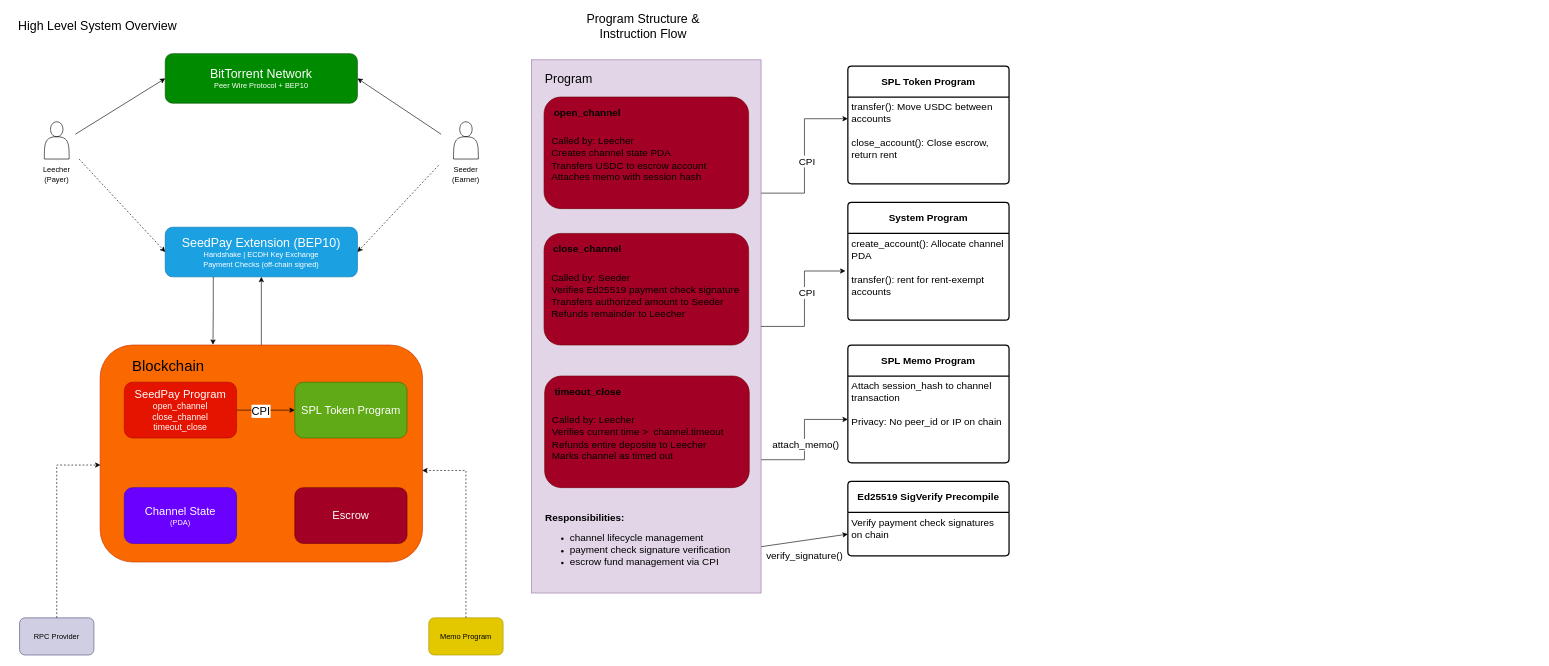
Earlier version of the draw.io diagram docs/seedpay.drawio (seedpay-protocol/seedpay-solana). Source tidied: cells renumbered, new cells numbered last; positions are measured from the earlier drawing's top-left corner, leaving out a move shared by most shapes. Both pictures are drawn from the tidied source at 62%, with x=0, y=0 at pixel (11, 16).
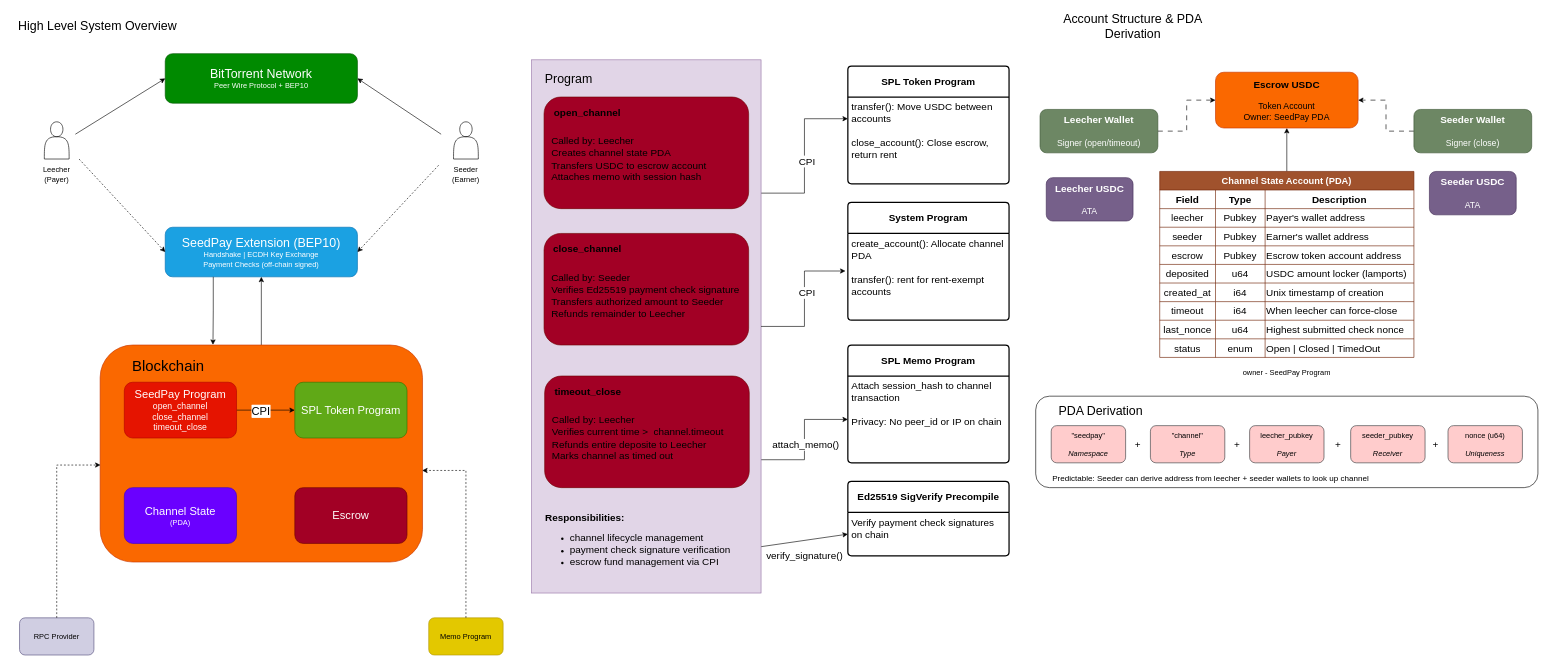
After the change.

Commit message (it also covers changes not shown here):
added account structure and pda

What changed in the source:
```diff
@@
+    <mxCell id="58" style="rounded=1;whiteSpace=wrap;html=1;" parent="1" vertex="1">
+      <mxGeometry x="1653" y="612.5" width="810" height="147.5" as="geometry" />
+    </mxCell>
@@
-    <mxCell id="27" value="&lt;font style=&quot;font-size: 20px;&quot;&gt;Program Structure &amp;amp; Instruction Flow&lt;/font&gt;" style="text;html=1;whiteSpace=wrap;strokeColor=none;fillColor=none;align=center;verticalAlign=middle;rounded=0;" parent="1" vertex="1">
-      <mxGeometry x="880" width="280" height="30" as="geometry" />
+    <mxCell id="27" value="&lt;font style=&quot;font-size: 20px;&quot;&gt;Account Structure &amp;amp; PDA Derivation&lt;/font&gt;" style="text;html=1;whiteSpace=wrap;strokeColor=none;fillColor=none;align=center;verticalAlign=middle;rounded=0;" parent="1" vertex="1">
+      <mxGeometry x="1670" width="280" height="30" as="geometry" />
     </mxCell>
@@
+    <mxCell id="59" style="edgeStyle=orthogonalEdgeStyle;rounded=0;jettySize=auto;html=1;exitX=0.5;exitY=0;exitDx=0;exitDy=0;entryX=0.5;entryY=1;entryDx=0;entryDy=0;" parent="1" edge="1" source="60" target="98">
+      <mxGeometry relative="1" as="geometry" />
+    </mxCell>
+    <mxCell id="60" value="Channel State Account (PDA)" style="shape=table;startSize=30;childLayout=tableLayout;strokeColor=#6D1F00;fontSize=15;fontStyle=1;fillColor=#a0522d;fontColor=#ffffff;" parent="1" vertex="1">
+      <mxGeometry x="1853" y="250" width="410" height="300" as="geometry" />
+    </mxCell>
+    <mxCell id="61" style="shape=tableRow;horizontal=0;startSize=0;swimlaneHead=0;swimlaneBody=0;strokeColor=inherit;top=0;left=0;bottom=0;right=0;fillColor=none;fontSize=16;" parent="60" vertex="1">
+      <mxGeometry y="30" width="410" height="30" as="geometry" />
+    </mxCell>
+    <mxCell id="62" value="&lt;b&gt;Field&lt;/b&gt;" style="shape=partialRectangle;html=1;whiteSpace=wrap;strokeColor=inherit;overflow=hidden;fillColor=none;top=0;left=0;bottom=0;right=0;fontSize=16;" parent="61" vertex="1">
+      <mxGeometry width="90" height="30" as="geometry" />
+    </mxCell>
+    <mxCell id="63" value="&lt;b&gt;Type&lt;/b&gt;" style="shape=partialRectangle;html=1;whiteSpace=wrap;strokeColor=inherit;overflow=hidden;fillColor=none;top=0;left=0;bottom=0;right=0;fontSize=16;" parent="61" vertex="1">
+      <mxGeometry x="90" width="80" height="30" as="geometry" />
+    </mxCell>
+    <mxCell id="64" value="&lt;b&gt;Description&lt;/b&gt;" style="shape=partialRectangle;html=1;whiteSpace=wrap;strokeColor=inherit;overflow=hidden;fillColor=none;top=0;left=0;bottom=0;right=0;fontSize=16;" parent="61" vertex="1">
+      <mxGeometry x="170" width="240" height="30" as="geometry" />
+    </mxCell>
+    <mxCell id="65" style="shape=tableRow;horizontal=0;startSize=0;swimlaneHead=0;swimlaneBody=0;strokeColor=inherit;top=0;left=0;bottom=0;right=0;fillColor=none;fontSize=16;" parent="60" vertex="1">
+      <mxGeometry y="60" width="410" height="30" as="geometry" />
+    </mxCell>
+    <mxCell id="66" value="leecher" style="shape=partialRectangle;html=1;whiteSpace=wrap;strokeColor=inherit;overflow=hidden;fillColor=none;top=0;left=0;bottom=0;right=0;fontSize=16;" parent="65" vertex="1">
+      <mxGeometry width="90" height="30" as="geometry" />
+    </mxCell>
+    <mxCell id="67" value="Pubkey" style="shape=partialRectangle;html=1;whiteSpace=wrap;strokeColor=inherit;overflow=hidden;fillColor=none;top=0;left=0;bottom=0;right=0;fontSize=16;" parent="65" vertex="1">
+      <mxGeometry x="90" width="80" height="30" as="geometry" />
+    </mxCell>
+    <mxCell id="68" value="Payer's wallet address" style="shape=partialRectangle;html=1;whiteSpace=wrap;strokeColor=inherit;overflow=hidden;fillColor=none;top=0;left=0;bottom=0;right=0;fontSize=16;align=left;" parent="65" vertex="1">
+      <mxGeometry x="170" width="240" height="30" as="geometry" />
+    </mxCell>
+    <mxCell id="69" style="shape=tableRow;horizontal=0;startSize=0;swimlaneHead=0;swimlaneBody=0;strokeColor=inherit;top=0;left=0;bottom=0;right=0;fillColor=none;fontSize=16;" parent="60" vertex="1">
+      <mxGeometry y="90" width="410" height="30" as="geometry" />
+    </mxCell>
+    <mxCell id="70" value="seeder" style="shape=partialRectangle;html=1;whiteSpace=wrap;strokeColor=inherit;overflow=hidden;fillColor=none;top=0;left=0;bottom=0;right=0;fontSize=16;" parent="69" vertex="1">
+      <mxGeometry width="90" height="30" as="geometry" />
+    </mxCell>
+    <mxCell id="71" value="Pubkey" style="shape=partialRectangle;html=1;whiteSpace=wrap;strokeColor=inherit;overflow=hidden;fillColor=none;top=0;left=0;bottom=0;right=0;fontSize=16;" parent="69" vertex="1">
+      <mxGeometry x="90" width="80" height="30" as="geometry" />
+    </mxCell>
+    <mxCell id="72" value="Earner's wallet address" style="shape=partialRectangle;html=1;whiteSpace=wrap;strokeColor=inherit;overflow=hidden;fillColor=none;top=0;left=0;bottom=0;right=0;fontSize=16;align=left;" parent="69" vertex="1">
+      <mxGeometry x="170" width="240" height="30" as="geometry" />
+    </mxCell>
+    <mxCell id="73" style="shape=tableRow;horizontal=0;startSize=0;swimlaneHead=0;swimlaneBody=0;strokeColor=inherit;top=0;left=0;bottom=0;right=0;fillColor=none;fontSize=16;" parent="60" vertex="1">
+      <mxGeometry y="120" width="410" height="30" as="geometry" />
+    </mxCell>
+    <mxCell id="74" value="escrow" style="shape=partialRectangle;html=1;whiteSpace=wrap;strokeColor=inherit;overflow=hidden;fillColor=none;top=0;left=0;bottom=0;right=0;fontSize=16;" parent="73" vertex="1">
+      <mxGeometry width="90" height="30" as="geometry" />
+    </mxCell>
+    <mxCell id="75" value="Pubkey" style="shape=partialRectangle;html=1;whiteSpace=wrap;strokeColor=inherit;overflow=hidden;fillColor=none;top=0;left=0;bottom=0;right=0;fontSize=16;" parent="73" vertex="1">
+      <mxGeometry x="90" width="80" height="30" as="geometry" />
+    </mxCell>
+    <mxCell id="76" value="Escrow token account address" style="shape=partialRectangle;html=1;whiteSpace=wrap;strokeColor=inherit;overflow=hidden;fillColor=none;top=0;left=0;bottom=0;right=0;fontSize=16;align=left;" parent="73" vertex="1">
+      <mxGeometry x="170" width="240" height="30" as="geometry" />
+    </mxCell>
+    <mxCell id="77" style="shape=tableRow;horizontal=0;startSize=0;swimlaneHead=0;swimlaneBody=0;strokeColor=inherit;top=0;left=0;bottom=0;right=0;fillColor=none;fontSize=16;" parent="60" vertex="1">
+      <mxGeometry y="150" width="410" height="30" as="geometry" />
+    </mxCell>
+    <mxCell id="78" value="deposited" style="shape=partialRectangle;html=1;whiteSpace=wrap;strokeColor=inherit;overflow=hidden;fillColor=none;top=0;left=0;bottom=0;right=0;fontSize=16;" parent="77" vertex="1">
+      <mxGeometry width="90" height="30" as="geometry" />
+    </mxCell>
+    <mxCell id="79" value="u64" style="shape=partialRectangle;html=1;whiteSpace=wrap;strokeColor=inherit;overflow=hidden;fillColor=none;top=0;left=0;bottom=0;right=0;fontSize=16;" parent="77" vertex="1">
+      <mxGeometry x="90" width="80" height="30" as="geometry" />
+    </mxCell>
+    <mxCell id="80" value="USDC amount locker (lamports)" style="shape=partialRectangle;html=1;whiteSpace=wrap;strokeColor=inherit;overflow=hidden;fillColor=none;top=0;left=0;bottom=0;right=0;fontSize=16;align=left;" parent="77" vertex="1">
+      <mxGeometry x="170" width="240" height="30" as="geometry" />
+    </mxCell>
+    <mxCell id="81" style="shape=tableRow;horizontal=0;startSize=0;swimlaneHead=0;swimlaneBody=0;strokeColor=inherit;top=0;left=0;bottom=0;right=0;fillColor=none;fontSize=16;" parent="60" vertex="1">
+      <mxGeometry y="180" width="410" height="30" as="geometry" />
+    </mxCell>
+    <mxCell id="82" value="created_at" style="shape=partialRectangle;html=1;whiteSpace=wrap;strokeColor=inherit;overflow=hidden;fillColor=none;top=0;left=0;bottom=0;right=0;fontSize=16;" parent="81" vertex="1">
+      <mxGeometry width="90" height="30" as="geometry" />
+    </mxCell>
+    <mxCell id="83" value="i64" style="shape=partialRectangle;html=1;whiteSpace=wrap;strokeColor=inherit;overflow=hidden;fillColor=none;top=0;left=0;bottom=0;right=0;fontSize=16;" parent="81" vertex="1">
+      <mxGeometry x="90" width="80" height="30" as="geometry" />
+    </mxCell>
+    <mxCell id="84" value="Unix timestamp of creation" style="shape=partialRectangle;html=1;whiteSpace=wrap;strokeColor=inherit;overflow=hidden;fillColor=none;top=0;left=0;bottom=0;right=0;fontSize=16;align=left;" parent="81" vertex="1">
+      <mxGeometry x="170" width="240" height="30" as="geometry" />
+    </mxCell>
+    <mxCell id="85" style="shape=tableRow;horizontal=0;startSize=0;swimlaneHead=0;swimlaneBody=0;strokeColor=inherit;top=0;left=0;bottom=0;right=0;fillColor=none;fontSize=16;" parent="60" vertex="1">
+      <mxGeometry y="210" width="410" height="30" as="geometry" />
+    </mxCell>
+    <mxCell id="86" value="timeout" style="shape=partialRectangle;html=1;whiteSpace=wrap;strokeColor=inherit;overflow=hidden;fillColor=none;top=0;left=0;bottom=0;right=0;fontSize=16;" parent="85" vertex="1">
+      <mxGeometry width="90" height="30" as="geometry" />
+    </mxCell>
+    <mxCell id="87" value="i64" style="shape=partialRectangle;html=1;whiteSpace=wrap;strokeColor=inherit;overflow=hidden;fillColor=none;top=0;left=0;bottom=0;right=0;fontSize=16;" parent="85" vertex="1">
+      <mxGeometry x="90" width="80" height="30" as="geometry" />
+    </mxCell>
+    <mxCell id="88" value="When leecher can force-close" style="shape=partialRectangle;html=1;whiteSpace=wrap;strokeColor=inherit;overflow=hidden;fillColor=none;top=0;left=0;bottom=0;right=0;fontSize=16;align=left;" parent="85" vertex="1">
+      <mxGeometry x="170" width="240" height="30" as="geometry" />
+    </mxCell>
+    <mxCell id="89" style="shape=tableRow;horizontal=0;startSize=0;swimlaneHead=0;swimlaneBody=0;strokeColor=inherit;top=0;left=0;bottom=0;right=0;fillColor=none;fontSize=16;" parent="60" vertex="1">
+      <mxGeometry y="240" width="410" height="30" as="geometry" />
+    </mxCell>
+    <mxCell id="90" value="last_nonce" style="shape=partialRectangle;html=1;whiteSpace=wrap;strokeColor=inherit;overflow=hidden;fillColor=none;top=0;left=0;bottom=0;right=0;fontSize=16;" parent="89" vertex="1">
+      <mxGeometry width="90" height="30" as="geometry" />
+    </mxCell>
+    <mxCell id="91" value="u64" style="shape=partialRectangle;html=1;whiteSpace=wrap;strokeColor=inherit;overflow=hidden;fillColor=none;top=0;left=0;bottom=0;right=0;fontSize=16;" parent="89" vertex="1">
+      <mxGeometry x="90" width="80" height="30" as="geometry" />
+    </mxCell>
+    <mxCell id="92" value="Highest submitted check nonce" style="shape=partialRectangle;html=1;whiteSpace=wrap;strokeColor=inherit;overflow=hidden;fillColor=none;top=0;left=0;bottom=0;right=0;fontSize=16;align=left;" parent="89" vertex="1">
+      <mxGeometry x="170" width="240" height="30" as="geometry" />
+    </mxCell>
+    <mxCell id="93" style="shape=tableRow;horizontal=0;startSize=0;swimlaneHead=0;swimlaneBody=0;strokeColor=inherit;top=0;left=0;bottom=0;right=0;fillColor=none;fontSize=16;" parent="60" vertex="1">
+      <mxGeometry y="270" width="410" height="30" as="geometry" />
+    </mxCell>
+    <mxCell id="94" value="status" style="shape=partialRectangle;html=1;whiteSpace=wrap;strokeColor=inherit;overflow=hidden;fillColor=none;top=0;left=0;bottom=0;right=0;fontSize=16;" parent="93" vertex="1">
+      <mxGeometry width="90" height="30" as="geometry" />
+    </mxCell>
+    <mxCell id="95" value="enum" style="shape=partialRectangle;html=1;whiteSpace=wrap;strokeColor=inherit;overflow=hidden;fillColor=none;top=0;left=0;bottom=0;right=0;fontSize=16;" parent="93" vertex="1">
+      <mxGeometry x="90" width="80" height="30" as="geometry" />
+    </mxCell>
+    <mxCell id="96" value="Open | Closed | TimedOut" style="shape=partialRectangle;html=1;whiteSpace=wrap;strokeColor=inherit;overflow=hidden;fillColor=none;top=0;left=0;bottom=0;right=0;fontSize=16;align=left;" parent="93" vertex="1">
+      <mxGeometry x="170" width="240" height="30" as="geometry" />
+    </mxCell>
+    <mxCell id="97" value="owner - SeedPay Program" style="text;html=1;whiteSpace=wrap;strokeColor=none;fillColor=none;align=center;verticalAlign=middle;rounded=0;" parent="1" vertex="1">
+      <mxGeometry x="1963" y="560" width="190" height="30" as="geometry" />
+    </mxCell>
+    <mxCell id="98" value="&lt;font style=&quot;font-size: 16px;&quot;&gt;&lt;b&gt;Escrow USDC&lt;/b&gt;&lt;/font&gt;&lt;div&gt;&lt;font style=&quot;font-size: 14px;&quot;&gt;&lt;br&gt;&lt;/font&gt;&lt;/div&gt;&lt;div&gt;&lt;font style=&quot;font-size: 14px;&quot;&gt;Token Account&lt;/font&gt;&lt;/div&gt;&lt;div&gt;&lt;font style=&quot;font-size: 14px;&quot;&gt;Owner: SeedPay PDA&lt;/font&gt;&lt;/div&gt;" style="rounded=1;whiteSpace=wrap;html=1;fillColor=#fa6800;fontColor=#000000;strokeColor=#C73500;" parent="1" vertex="1">
+      <mxGeometry x="1943" y="90" width="230" height="90" as="geometry" />
+    </mxCell>
+    <mxCell id="99" style="edgeStyle=orthogonalEdgeStyle;rounded=0;jettySize=auto;html=1;exitX=1;exitY=0.5;exitDx=0;exitDy=0;entryX=0;entryY=0.5;entryDx=0;entryDy=0;dashed=1;dashPattern=8 8;" parent="1" edge="1" source="100" target="98">
+      <mxGeometry relative="1" as="geometry" />
+    </mxCell>
+    <mxCell id="100" value="&lt;span style=&quot;font-size: 16px;&quot;&gt;&lt;b&gt;Leecher Wallet&lt;/b&gt;&lt;/span&gt;&lt;div&gt;&lt;span style=&quot;font-size: 16px;&quot;&gt;&lt;br&gt;&lt;/span&gt;&lt;/div&gt;&lt;div&gt;&lt;font style=&quot;font-size: 14px;&quot;&gt;Signer (open/timeout)&lt;/font&gt;&lt;/div&gt;" style="rounded=1;whiteSpace=wrap;html=1;fillColor=#6d8764;fontColor=#ffffff;strokeColor=#3A5431;" parent="1" vertex="1">
+      <mxGeometry x="1660" y="150" width="190" height="70" as="geometry" />
+    </mxCell>
+    <mxCell id="101" style="edgeStyle=orthogonalEdgeStyle;rounded=0;jettySize=auto;html=1;exitX=0;exitY=0.5;exitDx=0;exitDy=0;entryX=1;entryY=0.5;entryDx=0;entryDy=0;dashed=1;dashPattern=8 8;" parent="1" edge="1" source="102" target="98">
+      <mxGeometry relative="1" as="geometry" />
+    </mxCell>
+    <mxCell id="102" value="&lt;span style=&quot;font-size: 16px;&quot;&gt;&lt;b&gt;Seeder Wallet&lt;/b&gt;&lt;/span&gt;&lt;div&gt;&lt;span style=&quot;font-size: 16px;&quot;&gt;&lt;br&gt;&lt;/span&gt;&lt;/div&gt;&lt;div&gt;&lt;font style=&quot;font-size: 14px;&quot;&gt;Signer (close)&lt;/font&gt;&lt;/div&gt;" style="rounded=1;whiteSpace=wrap;html=1;fillColor=#6d8764;fontColor=#ffffff;strokeColor=#3A5431;" parent="1" vertex="1">
+      <mxGeometry x="2263" y="150" width="190" height="70" as="geometry" />
+    </mxCell>
+    <mxCell id="103" value="&lt;span style=&quot;font-size: 16px;&quot;&gt;&lt;b&gt;Leecher USDC&lt;/b&gt;&lt;/span&gt;&lt;div&gt;&lt;span style=&quot;font-size: 16px;&quot;&gt;&lt;br&gt;&lt;/span&gt;&lt;/div&gt;&lt;div&gt;&lt;font style=&quot;font-size: 14px;&quot;&gt;ATA&lt;/font&gt;&lt;/div&gt;" style="rounded=1;whiteSpace=wrap;html=1;fillColor=#76608a;fontColor=#ffffff;strokeColor=#432D57;" parent="1" vertex="1">
+      <mxGeometry x="1670" y="260" width="140" height="70" as="geometry" />
+    </mxCell>
+    <mxCell id="104" value="&lt;span style=&quot;font-size: 16px;&quot;&gt;&lt;b&gt;Seeder USDC&lt;/b&gt;&lt;/span&gt;&lt;div&gt;&lt;span style=&quot;font-size: 16px;&quot;&gt;&lt;br&gt;&lt;/span&gt;&lt;/div&gt;&lt;div&gt;&lt;font style=&quot;font-size: 14px;&quot;&gt;ATA&lt;/font&gt;&lt;/div&gt;" style="rounded=1;whiteSpace=wrap;html=1;fillColor=#76608a;fontColor=#ffffff;strokeColor=#432D57;" parent="1" vertex="1">
+      <mxGeometry x="2288" y="250" width="140" height="70" as="geometry" />
+    </mxCell>
+    <mxCell id="105" value="&quot;seedpay&quot;&lt;div&gt;&lt;br&gt;&lt;/div&gt;&lt;div&gt;&lt;i&gt;Namespace&lt;/i&gt;&lt;/div&gt;" style="rounded=1;whiteSpace=wrap;html=1;fillColor=#ffcccc;strokeColor=#36393d;" parent="1" vertex="1">
+      <mxGeometry x="1678" y="660" width="120" height="60" as="geometry" />
+    </mxCell>
+    <mxCell id="106" value="&quot;channel&quot;&lt;div&gt;&lt;br&gt;&lt;/div&gt;&lt;div&gt;&lt;i&gt;Type&lt;/i&gt;&lt;/div&gt;" style="rounded=1;whiteSpace=wrap;html=1;fillColor=#ffcccc;strokeColor=#36393d;" parent="1" vertex="1">
+      <mxGeometry x="1838" y="660" width="120" height="60" as="geometry" />
+    </mxCell>
+    <mxCell id="107" value="&lt;font style=&quot;font-size: 16px;&quot;&gt;+&lt;/font&gt;" style="text;html=1;whiteSpace=wrap;strokeColor=none;fillColor=none;align=center;verticalAlign=middle;rounded=0;" parent="1" vertex="1">
+      <mxGeometry x="1788" y="675" width="60" height="30" as="geometry" />
+    </mxCell>
+    <mxCell id="108" value="leecher_pubkey&lt;br&gt;&lt;div&gt;&lt;br&gt;&lt;/div&gt;&lt;div&gt;&lt;i&gt;Payer&lt;/i&gt;&lt;/div&gt;" style="rounded=1;whiteSpace=wrap;html=1;fillColor=#ffcccc;strokeColor=#36393d;" parent="1" vertex="1">
+      <mxGeometry x="1998" y="660" width="120" height="60" as="geometry" />
+    </mxCell>
+    <mxCell id="109" value="&lt;font style=&quot;font-size: 16px;&quot;&gt;+&lt;/font&gt;" style="text;html=1;whiteSpace=wrap;strokeColor=none;fillColor=none;align=center;verticalAlign=middle;rounded=0;" parent="1" vertex="1">
+      <mxGeometry x="1948" y="675" width="60" height="30" as="geometry" />
+    </mxCell>
+    <mxCell id="110" value="seeder_pubkey&lt;br&gt;&lt;div&gt;&lt;br&gt;&lt;/div&gt;&lt;div&gt;&lt;i&gt;Receiver&lt;/i&gt;&lt;/div&gt;" style="rounded=1;whiteSpace=wrap;html=1;fillColor=#ffcccc;strokeColor=#36393d;" parent="1" vertex="1">
+      <mxGeometry x="2161" y="660" width="120" height="60" as="geometry" />
+    </mxCell>
+    <mxCell id="111" value="&lt;font style=&quot;font-size: 16px;&quot;&gt;+&lt;/font&gt;" style="text;html=1;whiteSpace=wrap;strokeColor=none;fillColor=none;align=center;verticalAlign=middle;rounded=0;" parent="1" vertex="1">
+      <mxGeometry x="2111" y="675" width="60" height="30" as="geometry" />
+    </mxCell>
+    <mxCell id="112" value="nonce (u64)&lt;br&gt;&lt;div&gt;&lt;br&gt;&lt;/div&gt;&lt;div&gt;&lt;i&gt;Uniqueness&lt;/i&gt;&lt;/div&gt;" style="rounded=1;whiteSpace=wrap;html=1;fillColor=#ffcccc;strokeColor=#36393d;" parent="1" vertex="1">
+      <mxGeometry x="2318" y="660" width="120" height="60" as="geometry" />
+    </mxCell>
+    <mxCell id="113" value="&lt;font style=&quot;font-size: 16px;&quot;&gt;+&lt;/font&gt;" style="text;html=1;whiteSpace=wrap;strokeColor=none;fillColor=none;align=center;verticalAlign=middle;rounded=0;" parent="1" vertex="1">
+      <mxGeometry x="2268" y="675" width="60" height="30" as="geometry" />
+    </mxCell>
+    <mxCell id="114" value="&lt;font style=&quot;font-size: 20px;&quot;&gt;PDA Derivation&lt;/font&gt;" style="text;html=1;whiteSpace=wrap;strokeColor=none;fillColor=none;align=center;verticalAlign=middle;rounded=0;" parent="1" vertex="1">
+      <mxGeometry x="1678" y="620" width="160" height="30" as="geometry" />
+    </mxCell>
+    <mxCell id="115" value="&lt;font style=&quot;font-size: 13px;&quot;&gt;Predictable: Seeder can derive address from leecher + seeder wallets to look up channel&lt;/font&gt;" style="text;html=1;whiteSpace=wrap;strokeColor=none;fillColor=none;align=left;verticalAlign=middle;rounded=0;" parent="1" vertex="1">
+      <mxGeometry x="1678" y="730" width="702" height="30" as="geometry" />
+    </mxCell>
```
